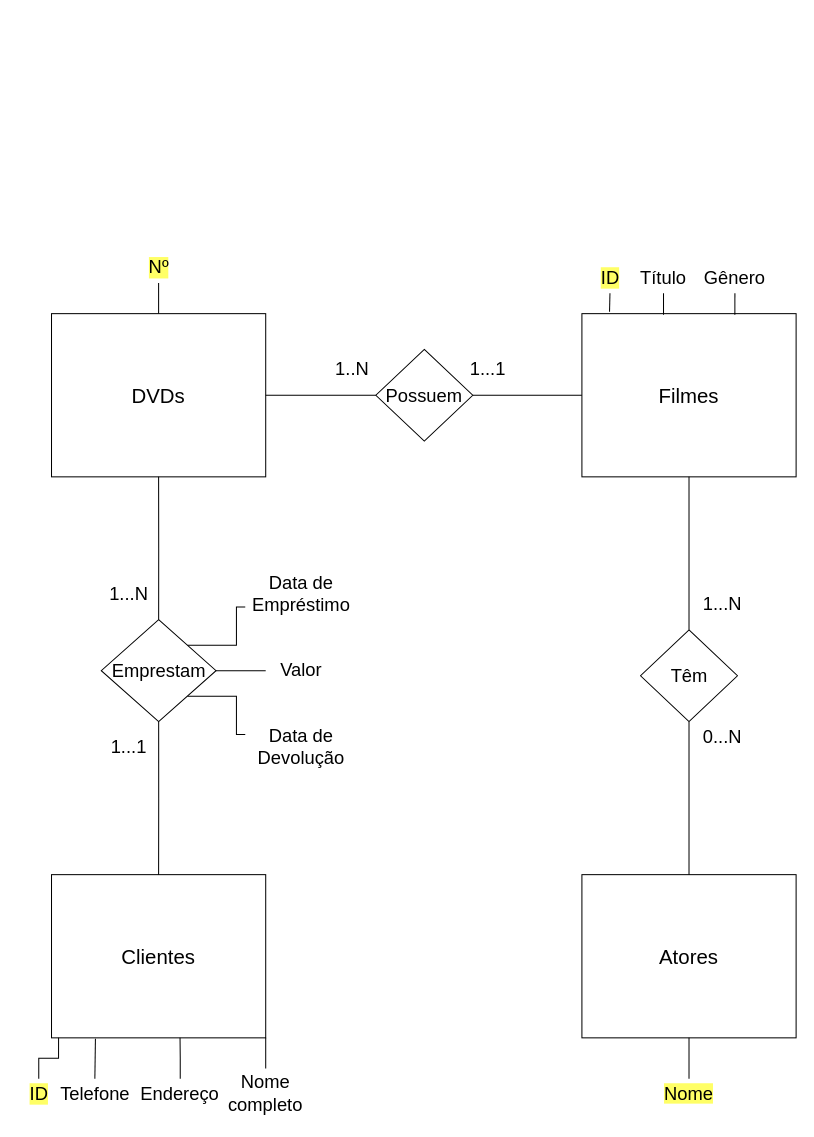
Above: Lists/List01/Exec03/DVDRental.drawio in RenanGAS/Database-1 (draw.io), before the change. Source tidied: cells renumbered, new cells numbered last; positions are measured from the earlier drawing's top-left corner, leaving out a move shared by most shapes. Both pictures are drawn from the tidied source at 102%, with x=0, y=0 at pixel (18, 252).
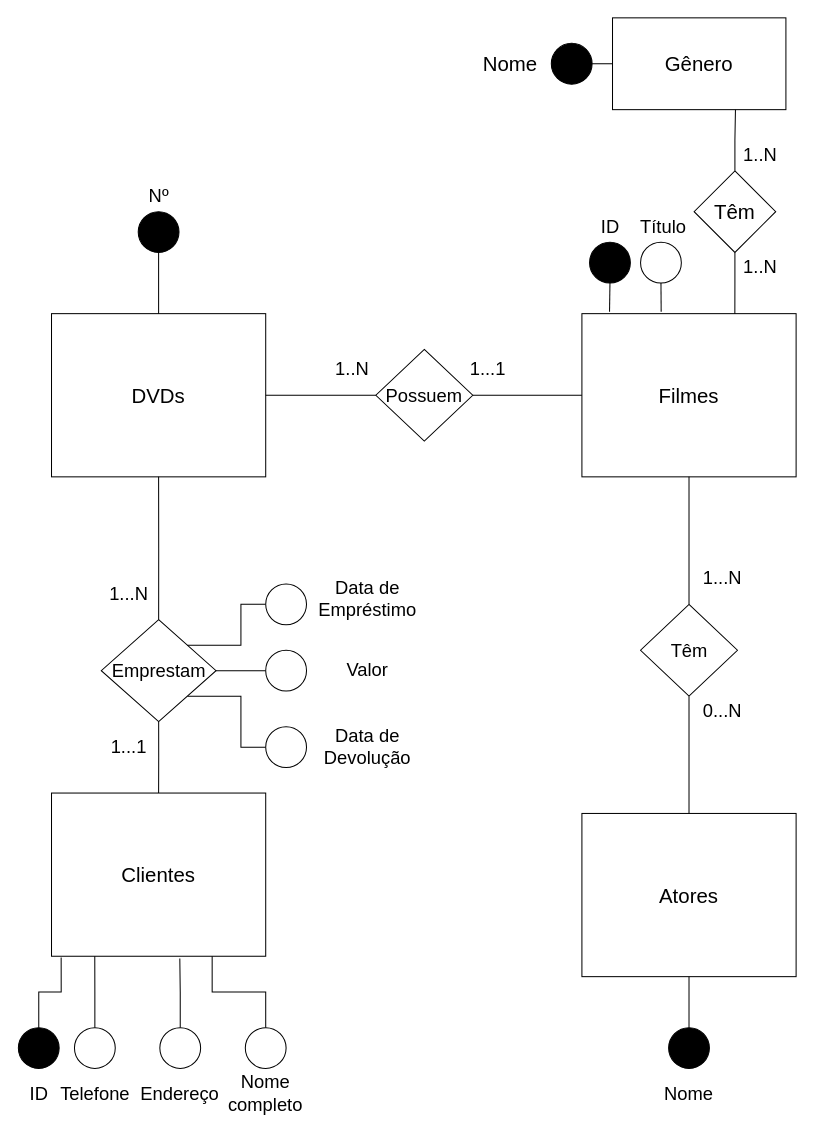
The same page after the edit.

Unchanged cells that the change refers to:
```xml
<mxCell id="3" value="&lt;font style=&quot;font-size: 20px&quot;&gt;DVDs&lt;/font&gt;" style="rounded=0;whiteSpace=wrap;html=1;" parent="1" vertex="1">
  <mxGeometry x="32" y="60" width="210" height="160" as="geometry" />
</mxCell>
<mxCell id="4" value="&lt;font style=&quot;font-size: 20px&quot;&gt;Filmes&lt;/font&gt;" style="rounded=0;whiteSpace=wrap;html=1;" parent="1" vertex="1">
  <mxGeometry x="552" y="60" width="210" height="160" as="geometry" />
</mxCell>
<mxCell id="18" value="&lt;font style=&quot;font-size: 18px&quot;&gt;Emprestam&lt;/font&gt;" style="rhombus;whiteSpace=wrap;html=1;fontSize=20;" parent="1" vertex="1">
  <mxGeometry x="80.8" y="360" width="112.5" height="100" as="geometry" />
</mxCell>
<mxCell id="31" value="Telefone" style="text;html=1;strokeColor=none;fillColor=none;align=center;verticalAlign=middle;whiteSpace=wrap;rounded=0;labelBackgroundColor=#FFFFFF;fontSize=18;" parent="1" vertex="1">
  <mxGeometry x="39.5" y="810" width="70" height="30" as="geometry" />
</mxCell>
<mxCell id="33" value="Endereço" style="text;html=1;strokeColor=none;fillColor=none;align=center;verticalAlign=middle;whiteSpace=wrap;rounded=0;labelBackgroundColor=#FFFFFF;fontSize=18;" parent="1" vertex="1">
  <mxGeometry x="123.2" y="810" width="70" height="30" as="geometry" />
</mxCell>
<mxCell id="35" value="Nome completo" style="text;html=1;strokeColor=none;fillColor=none;align=center;verticalAlign=middle;whiteSpace=wrap;rounded=0;labelBackgroundColor=#FFFFFF;fontSize=18;" parent="1" vertex="1">
  <mxGeometry x="202" y="800" width="80" height="50" as="geometry" />
</mxCell>
```

The edit, as a diff of the source:
```diff
@@
-    <mxCell id="2" style="edgeStyle=orthogonalEdgeStyle;rounded=0;jettySize=auto;html=1;fontSize=18;endArrow=none;endFill=0;" parent="1" edge="1" source="3" target="19">
-      <mxGeometry relative="1" as="geometry" />
-    </mxCell>
@@
     <mxCell id="5" value="&lt;font style=&quot;font-size: 20px&quot;&gt;Clientes&lt;/font&gt;" style="rounded=0;whiteSpace=wrap;html=1;" parent="1" vertex="1">
-      <mxGeometry x="32" y="610" width="210" height="160" as="geometry" />
+      <mxGeometry x="32" y="530" width="210" height="160" as="geometry" />
     </mxCell>
     <mxCell id="6" value="&lt;font style=&quot;font-size: 20px&quot;&gt;Atores&lt;/font&gt;" style="rounded=0;whiteSpace=wrap;html=1;" parent="1" vertex="1">
-      <mxGeometry x="552" y="610" width="210" height="160" as="geometry" />
+      <mxGeometry x="552" y="550" width="210" height="160" as="geometry" />
     </mxCell>
@@
     <mxCell id="12" value="&lt;font style=&quot;font-size: 18px&quot;&gt;Têm&lt;/font&gt;" style="rhombus;whiteSpace=wrap;html=1;fontSize=20;" parent="1" vertex="1">
-      <mxGeometry x="609.5" y="370" width="95" height="90" as="geometry" />
+      <mxGeometry x="609.5" y="345" width="95" height="90" as="geometry" />
     </mxCell>
@@
-    <mxCell id="15" style="edgeStyle=orthogonalEdgeStyle;rounded=0;jettySize=auto;html=1;exitX=1;exitY=0;exitDx=0;exitDy=0;entryX=0;entryY=0.75;entryDx=0;entryDy=0;fontSize=18;endArrow=none;endFill=0;" parent="1" edge="1" source="18" target="36">
-      <mxGeometry relative="1" as="geometry" />
-    </mxCell>
-    <mxCell id="16" style="edgeStyle=orthogonalEdgeStyle;rounded=0;jettySize=auto;html=1;exitX=1;exitY=0.5;exitDx=0;exitDy=0;entryX=0;entryY=0.5;entryDx=0;entryDy=0;fontSize=18;endArrow=none;endFill=0;" parent="1" edge="1" source="18" target="38">
-      <mxGeometry relative="1" as="geometry" />
-    </mxCell>
-    <mxCell id="17" style="edgeStyle=orthogonalEdgeStyle;rounded=0;jettySize=auto;html=1;exitX=1;exitY=1;exitDx=0;exitDy=0;entryX=0;entryY=0.25;entryDx=0;entryDy=0;fontSize=18;endArrow=none;endFill=0;" parent="1" edge="1" source="18" target="37">
-      <mxGeometry relative="1" as="geometry" />
-    </mxCell>
+    <mxCell id="45" style="edgeStyle=orthogonalEdgeStyle;rounded=0;jettySize=auto;html=1;exitX=1;exitY=0.5;exitDx=0;exitDy=0;entryX=0;entryY=0.5;entryDx=0;entryDy=0;fontSize=20;endArrow=none;endFill=0;" parent="1" edge="1" source="18" target="63">
+      <mxGeometry relative="1" as="geometry" />
+    </mxCell>
+    <mxCell id="46" style="edgeStyle=orthogonalEdgeStyle;rounded=0;jettySize=auto;html=1;exitX=1;exitY=1;exitDx=0;exitDy=0;entryX=0;entryY=0.5;entryDx=0;entryDy=0;fontSize=20;endArrow=none;endFill=0;" parent="1" edge="1" source="18" target="64">
+      <mxGeometry relative="1" as="geometry" />
+    </mxCell>
@@
-    <mxCell id="19" value="Nº" style="text;html=1;strokeColor=none;fillColor=none;align=center;verticalAlign=middle;whiteSpace=wrap;rounded=0;fontSize=18;labelBackgroundColor=#FFFF66;" parent="1" vertex="1">
-      <mxGeometry x="109.5" width="55" height="30" as="geometry" />
+    <mxCell id="19" value="Nº" style="text;html=1;strokeColor=none;fillColor=none;align=center;verticalAlign=middle;whiteSpace=wrap;rounded=0;fontSize=18;labelBackgroundColor=#FFFFFF;" parent="1" vertex="1">
+      <mxGeometry x="109.5" y="-70" width="55" height="30" as="geometry" />
     </mxCell>
-    <mxCell id="20" style="edgeStyle=orthogonalEdgeStyle;rounded=0;jettySize=auto;html=1;exitX=0.5;exitY=1;exitDx=0;exitDy=0;entryX=0.129;entryY=-0.012;entryDx=0;entryDy=0;entryPerimeter=0;fontSize=18;endArrow=none;endFill=0;" parent="1" edge="1" source="21" target="4">
-      <mxGeometry relative="1" as="geometry" />
-    </mxCell>
-    <mxCell id="21" value="ID" style="text;html=1;strokeColor=none;fillColor=none;align=center;verticalAlign=middle;whiteSpace=wrap;rounded=0;labelBackgroundColor=#FFFF66;fontSize=18;" parent="1" vertex="1">
-      <mxGeometry x="549.5" y="10" width="60" height="30" as="geometry" />
+    <mxCell id="21" value="ID" style="text;html=1;strokeColor=none;fillColor=none;align=center;verticalAlign=middle;whiteSpace=wrap;rounded=0;labelBackgroundColor=#FFFFFF;fontSize=18;" parent="1" vertex="1">
+      <mxGeometry x="549.5" y="-40" width="60" height="30" as="geometry" />
     </mxCell>
-    <mxCell id="22" style="edgeStyle=orthogonalEdgeStyle;rounded=0;jettySize=auto;html=1;exitX=0.5;exitY=1;exitDx=0;exitDy=0;entryX=0.381;entryY=0.006;entryDx=0;entryDy=0;entryPerimeter=0;fontSize=18;endArrow=none;endFill=0;" parent="1" edge="1" source="23" target="4">
-      <mxGeometry relative="1" as="geometry" />
-    </mxCell>
     <mxCell id="23" value="Título" style="text;html=1;strokeColor=none;fillColor=none;align=center;verticalAlign=middle;whiteSpace=wrap;rounded=0;labelBackgroundColor=#FFFFFF;fontSize=18;" parent="1" vertex="1">
-      <mxGeometry x="602" y="10" width="60" height="30" as="geometry" />
+      <mxGeometry x="602" y="-40" width="60" height="30" as="geometry" />
     </mxCell>
-    <mxCell id="24" style="edgeStyle=orthogonalEdgeStyle;rounded=0;jettySize=auto;html=1;exitX=0.5;exitY=1;exitDx=0;exitDy=0;entryX=0.714;entryY=0.006;entryDx=0;entryDy=0;entryPerimeter=0;fontSize=18;endArrow=none;endFill=0;" parent="1" edge="1" source="25" target="4">
-      <mxGeometry relative="1" as="geometry" />
-    </mxCell>
-    <mxCell id="25" value="Gênero" style="text;html=1;strokeColor=none;fillColor=none;align=center;verticalAlign=middle;whiteSpace=wrap;rounded=0;labelBackgroundColor=#FFFFFF;fontSize=18;" parent="1" vertex="1">
-      <mxGeometry x="672" y="10" width="60" height="30" as="geometry" />
-    </mxCell>
-    <mxCell id="26" style="edgeStyle=orthogonalEdgeStyle;rounded=0;jettySize=auto;html=1;exitX=0.5;exitY=0;exitDx=0;exitDy=0;entryX=0.5;entryY=1;entryDx=0;entryDy=0;fontSize=18;endArrow=none;endFill=0;" parent="1" edge="1" source="27" target="6">
-      <mxGeometry relative="1" as="geometry" />
-    </mxCell>
-    <mxCell id="27" value="&lt;span style=&quot;background-color: rgb(255 , 255 , 102)&quot;&gt;Nome&lt;/span&gt;" style="text;html=1;strokeColor=none;fillColor=none;align=center;verticalAlign=middle;whiteSpace=wrap;rounded=0;labelBackgroundColor=#FFFFFF;fontSize=18;" parent="1" vertex="1">
+    <mxCell id="27" value="&lt;span style=&quot;&quot;&gt;Nome&lt;/span&gt;" style="text;html=1;strokeColor=none;fillColor=none;align=center;verticalAlign=middle;whiteSpace=wrap;rounded=0;labelBackgroundColor=#FFFFFF;fontSize=18;" parent="1" vertex="1">
       <mxGeometry x="627" y="810" width="60" height="30" as="geometry" />
     </mxCell>
-    <mxCell id="28" style="edgeStyle=orthogonalEdgeStyle;rounded=0;jettySize=auto;html=1;exitX=0.5;exitY=0;exitDx=0;exitDy=0;entryX=0.033;entryY=1;entryDx=0;entryDy=0;entryPerimeter=0;fontSize=18;endArrow=none;endFill=0;" parent="1" edge="1" source="29" target="5">
-      <mxGeometry relative="1" as="geometry" />
-    </mxCell>
-    <mxCell id="29" value="ID" style="text;html=1;strokeColor=none;fillColor=none;align=center;verticalAlign=middle;whiteSpace=wrap;rounded=0;labelBackgroundColor=#FFFF66;fontSize=18;" parent="1" vertex="1">
+    <mxCell id="29" value="ID" style="text;html=1;strokeColor=none;fillColor=none;align=center;verticalAlign=middle;whiteSpace=wrap;rounded=0;labelBackgroundColor=#FFFFFF;fontSize=18;" parent="1" vertex="1">
       <mxGeometry x="-0.5" y="810" width="40" height="30" as="geometry" />
     </mxCell>
-    <mxCell id="30" style="edgeStyle=orthogonalEdgeStyle;rounded=0;jettySize=auto;html=1;exitX=0.5;exitY=0;exitDx=0;exitDy=0;entryX=0.205;entryY=1.006;entryDx=0;entryDy=0;entryPerimeter=0;fontSize=18;endArrow=none;endFill=0;" parent="1" edge="1" source="31" target="5">
-      <mxGeometry relative="1" as="geometry" />
-    </mxCell>
@@
-    <mxCell id="32" style="edgeStyle=orthogonalEdgeStyle;rounded=0;jettySize=auto;html=1;exitX=0.5;exitY=0;exitDx=0;exitDy=0;entryX=0.6;entryY=1;entryDx=0;entryDy=0;entryPerimeter=0;fontSize=18;endArrow=none;endFill=0;" parent="1" edge="1" source="33" target="5">
-      <mxGeometry relative="1" as="geometry" />
-    </mxCell>
@@
-    <mxCell id="34" style="edgeStyle=orthogonalEdgeStyle;rounded=0;jettySize=auto;html=1;exitX=0.5;exitY=0;exitDx=0;exitDy=0;entryX=1;entryY=1;entryDx=0;entryDy=0;fontSize=18;endArrow=none;endFill=0;" parent="1" edge="1" source="35" target="5">
-      <mxGeometry relative="1" as="geometry" />
-    </mxCell>
@@
     <mxCell id="36" value="Data de Empréstimo" style="text;html=1;strokeColor=none;fillColor=none;align=center;verticalAlign=middle;whiteSpace=wrap;rounded=0;labelBackgroundColor=#FFFFFF;fontSize=18;" parent="1" vertex="1">
-      <mxGeometry x="222" y="310" width="110" height="50" as="geometry" />
+      <mxGeometry x="286.8" y="315" width="110" height="50" as="geometry" />
     </mxCell>
     <mxCell id="37" value="Data de Devolução" style="text;html=1;strokeColor=none;fillColor=none;align=center;verticalAlign=middle;whiteSpace=wrap;rounded=0;labelBackgroundColor=#FFFFFF;fontSize=18;" parent="1" vertex="1">
-      <mxGeometry x="222" y="460" width="110" height="50" as="geometry" />
+      <mxGeometry x="286.8" y="460" width="110" height="50" as="geometry" />
     </mxCell>
     <mxCell id="38" value="Valor" style="text;html=1;strokeColor=none;fillColor=none;align=center;verticalAlign=middle;whiteSpace=wrap;rounded=0;labelBackgroundColor=#FFFFFF;fontSize=18;" parent="1" vertex="1">
-      <mxGeometry x="242" y="392.5" width="70" height="35" as="geometry" />
+      <mxGeometry x="306.8" y="392.5" width="70" height="35" as="geometry" />
     </mxCell>
@@
     <mxCell id="41" value="0...N" style="text;html=1;strokeColor=none;fillColor=none;align=center;verticalAlign=middle;whiteSpace=wrap;rounded=0;labelBackgroundColor=#FFFFFF;fontSize=18;" parent="1" vertex="1">
-      <mxGeometry x="674.5" y="460" width="30" height="30" as="geometry" />
+      <mxGeometry x="674.5" y="435" width="30" height="30" as="geometry" />
     </mxCell>
     <mxCell id="42" value="1...N" style="text;html=1;strokeColor=none;fillColor=none;align=center;verticalAlign=middle;whiteSpace=wrap;rounded=0;labelBackgroundColor=#FFFFFF;fontSize=18;" parent="1" vertex="1">
-      <mxGeometry x="674.5" y="330" width="30" height="30" as="geometry" />
+      <mxGeometry x="674.5" y="305" width="30" height="30" as="geometry" />
     </mxCell>
@@
+    <mxCell id="25" value="&lt;font style=&quot;font-size: 20px&quot;&gt;Gênero&lt;/font&gt;" style="rounded=0;whiteSpace=wrap;html=1;" parent="1" vertex="1">
+      <mxGeometry x="582" y="-230" width="170" height="90" as="geometry" />
+    </mxCell>
+    <mxCell id="47" style="edgeStyle=orthogonalEdgeStyle;rounded=0;jettySize=auto;html=1;exitX=0.5;exitY=0;exitDx=0;exitDy=0;entryX=0.709;entryY=1;entryDx=0;entryDy=0;entryPerimeter=0;fontSize=20;endArrow=none;endFill=0;" parent="1" edge="1" source="49" target="25">
+      <mxGeometry relative="1" as="geometry" />
+    </mxCell>
+    <mxCell id="48" style="edgeStyle=orthogonalEdgeStyle;rounded=0;jettySize=auto;html=1;entryX=0.714;entryY=0;entryDx=0;entryDy=0;entryPerimeter=0;fontSize=20;endArrow=none;endFill=0;" parent="1" edge="1" source="49" target="4">
+      <mxGeometry relative="1" as="geometry" />
+    </mxCell>
+    <mxCell id="49" value="Têm" style="rhombus;whiteSpace=wrap;html=1;fontSize=20;" parent="1" vertex="1">
+      <mxGeometry x="662" y="-80" width="80" height="80" as="geometry" />
+    </mxCell>
+    <mxCell id="50" style="edgeStyle=orthogonalEdgeStyle;rounded=0;jettySize=auto;html=1;exitX=1;exitY=0.5;exitDx=0;exitDy=0;entryX=0;entryY=0.5;entryDx=0;entryDy=0;fontSize=20;endArrow=none;endFill=0;" parent="1" edge="1" source="51" target="25">
+      <mxGeometry relative="1" as="geometry" />
+    </mxCell>
+    <mxCell id="51" style="ellipse;whiteSpace=wrap;html=1;fontSize=20;fillColor=#000000;" parent="1" vertex="1">
+      <mxGeometry x="522" y="-205" width="40" height="40" as="geometry" />
+    </mxCell>
+    <mxCell id="52" value="Nome" style="text;html=1;strokeColor=none;fillColor=none;align=center;verticalAlign=middle;whiteSpace=wrap;rounded=0;fontSize=20;" parent="1" vertex="1">
+      <mxGeometry x="452" y="-200" width="60" height="30" as="geometry" />
+    </mxCell>
+    <mxCell id="53" style="edgeStyle=orthogonalEdgeStyle;rounded=0;jettySize=auto;html=1;exitX=0.5;exitY=1;exitDx=0;exitDy=0;entryX=0.129;entryY=-0.011;entryDx=0;entryDy=0;entryPerimeter=0;fontSize=20;endArrow=none;endFill=0;" parent="1" edge="1" source="54" target="4">
+      <mxGeometry relative="1" as="geometry" />
+    </mxCell>
+    <mxCell id="54" style="ellipse;whiteSpace=wrap;html=1;fontSize=20;fillColor=#000000;" parent="1" vertex="1">
+      <mxGeometry x="559.5" y="-10" width="40" height="40" as="geometry" />
+    </mxCell>
+    <mxCell id="55" style="edgeStyle=orthogonalEdgeStyle;rounded=0;jettySize=auto;html=1;exitX=0.5;exitY=1;exitDx=0;exitDy=0;entryX=0.37;entryY=-0.011;entryDx=0;entryDy=0;entryPerimeter=0;fontSize=20;endArrow=none;endFill=0;" parent="1" edge="1" source="56" target="4">
+      <mxGeometry relative="1" as="geometry" />
+    </mxCell>
+    <mxCell id="56" style="ellipse;whiteSpace=wrap;html=1;fontSize=20;" parent="1" vertex="1">
+      <mxGeometry x="609.5" y="-10" width="40" height="40" as="geometry" />
+    </mxCell>
+    <mxCell id="57" value="1..N" style="text;html=1;strokeColor=none;fillColor=none;align=center;verticalAlign=middle;whiteSpace=wrap;rounded=0;labelBackgroundColor=#FFFFFF;fontSize=18;" parent="1" vertex="1">
+      <mxGeometry x="712" y="-110" width="30" height="30" as="geometry" />
+    </mxCell>
+    <mxCell id="58" value="1..N" style="text;html=1;strokeColor=none;fillColor=none;align=center;verticalAlign=middle;whiteSpace=wrap;rounded=0;labelBackgroundColor=#FFFFFF;fontSize=18;" parent="1" vertex="1">
+      <mxGeometry x="712" width="30" height="30" as="geometry" />
+    </mxCell>
+    <mxCell id="59" style="edgeStyle=orthogonalEdgeStyle;rounded=0;jettySize=auto;html=1;exitX=0.5;exitY=1;exitDx=0;exitDy=0;entryX=0.5;entryY=0;entryDx=0;entryDy=0;fontSize=20;endArrow=none;endFill=0;" parent="1" edge="1" source="60" target="3">
+      <mxGeometry relative="1" as="geometry" />
+    </mxCell>
+    <mxCell id="60" style="ellipse;whiteSpace=wrap;html=1;fontSize=20;fillColor=#000000;" parent="1" vertex="1">
+      <mxGeometry x="117" y="-40" width="40" height="40" as="geometry" />
+    </mxCell>
+    <mxCell id="61" style="edgeStyle=orthogonalEdgeStyle;rounded=0;jettySize=auto;html=1;exitX=0;exitY=0.5;exitDx=0;exitDy=0;entryX=1;entryY=0;entryDx=0;entryDy=0;fontSize=20;endArrow=none;endFill=0;" parent="1" edge="1" source="62" target="18">
+      <mxGeometry relative="1" as="geometry" />
+    </mxCell>
+    <mxCell id="62" style="ellipse;whiteSpace=wrap;html=1;fontSize=20;" parent="1" vertex="1">
+      <mxGeometry x="242" y="325" width="40" height="40" as="geometry" />
+    </mxCell>
+    <mxCell id="63" style="ellipse;whiteSpace=wrap;html=1;fontSize=20;" parent="1" vertex="1">
+      <mxGeometry x="242" y="390" width="40" height="40" as="geometry" />
+    </mxCell>
+    <mxCell id="64" style="ellipse;whiteSpace=wrap;html=1;fontSize=20;" parent="1" vertex="1">
+      <mxGeometry x="242" y="465" width="40" height="40" as="geometry" />
+    </mxCell>
+    <mxCell id="65" style="edgeStyle=orthogonalEdgeStyle;rounded=0;jettySize=auto;html=1;exitX=0.5;exitY=0;exitDx=0;exitDy=0;entryX=0.5;entryY=1;entryDx=0;entryDy=0;fontSize=20;endArrow=none;endFill=0;" parent="1" edge="1" source="66" target="6">
+      <mxGeometry relative="1" as="geometry" />
+    </mxCell>
+    <mxCell id="66" style="ellipse;whiteSpace=wrap;html=1;fontSize=20;fillColor=#000000;" parent="1" vertex="1">
+      <mxGeometry x="637" y="760" width="40" height="40" as="geometry" />
+    </mxCell>
+    <mxCell id="67" style="edgeStyle=orthogonalEdgeStyle;rounded=0;jettySize=auto;html=1;exitX=0.5;exitY=0;exitDx=0;exitDy=0;entryX=0.045;entryY=1.007;entryDx=0;entryDy=0;entryPerimeter=0;fontSize=20;endArrow=none;endFill=0;" parent="1" edge="1" source="68" target="5">
+      <mxGeometry relative="1" as="geometry" />
+    </mxCell>
+    <mxCell id="68" style="ellipse;whiteSpace=wrap;html=1;fontSize=20;fillColor=#000000;" parent="1" vertex="1">
+      <mxGeometry x="-0.5" y="760" width="40" height="40" as="geometry" />
+    </mxCell>
+    <mxCell id="69" style="edgeStyle=orthogonalEdgeStyle;rounded=0;jettySize=auto;html=1;exitX=0.5;exitY=0;exitDx=0;exitDy=0;entryX=0.202;entryY=1;entryDx=0;entryDy=0;entryPerimeter=0;fontSize=20;endArrow=none;endFill=0;" parent="1" edge="1" source="70" target="5">
+      <mxGeometry relative="1" as="geometry" />
+    </mxCell>
+    <mxCell id="70" style="ellipse;whiteSpace=wrap;html=1;fontSize=20;" parent="1" vertex="1">
+      <mxGeometry x="54.5" y="760" width="40" height="40" as="geometry" />
+    </mxCell>
+    <mxCell id="71" style="edgeStyle=orthogonalEdgeStyle;rounded=0;jettySize=auto;html=1;exitX=0.5;exitY=0;exitDx=0;exitDy=0;entryX=0.599;entryY=1.014;entryDx=0;entryDy=0;entryPerimeter=0;fontSize=20;endArrow=none;endFill=0;" parent="1" edge="1" source="72" target="5">
+      <mxGeometry relative="1" as="geometry" />
+    </mxCell>
+    <mxCell id="72" style="ellipse;whiteSpace=wrap;html=1;fontSize=20;" parent="1" vertex="1">
+      <mxGeometry x="138.2" y="760" width="40" height="40" as="geometry" />
+    </mxCell>
+    <mxCell id="73" style="edgeStyle=orthogonalEdgeStyle;rounded=0;jettySize=auto;html=1;exitX=0.5;exitY=0;exitDx=0;exitDy=0;entryX=0.75;entryY=1;entryDx=0;entryDy=0;fontSize=20;endArrow=none;endFill=0;" parent="1" edge="1" source="74" target="5">
+      <mxGeometry relative="1" as="geometry" />
+    </mxCell>
+    <mxCell id="74" style="ellipse;whiteSpace=wrap;html=1;fontSize=20;" parent="1" vertex="1">
+      <mxGeometry x="222" y="760" width="40" height="40" as="geometry" />
+    </mxCell>
```
